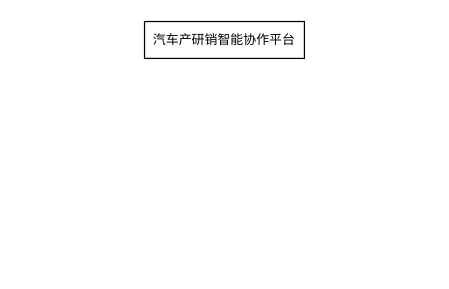
Before: 功能结构图.drawio in Chentx1243/draw.io, a draw.io diagram. Source tidied: cells renumbered, new cells numbered last; positions are measured from the earlier drawing's top-left corner, leaving out a move shared by most shapes. Both pictures are drawn from the tidied source at 123%, with x=0, y=0 at pixel (144, 21).
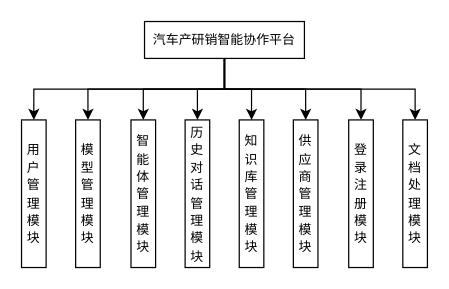
The same page after the edit.

Commit message (it also covers changes not shown here):
更新功能结构图.drawio

Diff of the diagram source:
```diff
@@
 <mxGraphModel>
   <root>
     <mxCell id="0" />
     <mxCell id="1" parent="0" />
+    <mxCell id="3" style="edgeStyle=orthogonalEdgeStyle;rounded=0;jettySize=auto;html=1;exitX=0.5;exitY=1;exitDx=0;exitDy=0;entryX=0.5;entryY=0;entryDx=0;entryDy=0;" parent="1" edge="1" source="2" target="11">
+      <mxGeometry relative="1" as="geometry" />
+    </mxCell>
+    <mxCell id="4" style="edgeStyle=orthogonalEdgeStyle;rounded=0;jettySize=auto;html=1;entryX=0.5;entryY=0;entryDx=0;entryDy=0;exitX=0.5;exitY=1;exitDx=0;exitDy=0;" parent="1" edge="1" source="2" target="12">
+      <mxGeometry relative="1" as="geometry" />
+    </mxCell>
+    <mxCell id="5" style="edgeStyle=orthogonalEdgeStyle;rounded=0;jettySize=auto;html=1;exitX=0.5;exitY=1;exitDx=0;exitDy=0;entryX=0.5;entryY=0;entryDx=0;entryDy=0;" parent="1" edge="1" source="2" target="13">
+      <mxGeometry relative="1" as="geometry" />
+    </mxCell>
+    <mxCell id="6" style="edgeStyle=orthogonalEdgeStyle;rounded=0;jettySize=auto;html=1;exitX=0.5;exitY=1;exitDx=0;exitDy=0;entryX=0.5;entryY=0;entryDx=0;entryDy=0;" parent="1" edge="1" source="2" target="14">
+      <mxGeometry relative="1" as="geometry" />
+    </mxCell>
+    <mxCell id="7" style="edgeStyle=orthogonalEdgeStyle;rounded=0;jettySize=auto;html=1;exitX=0.5;exitY=1;exitDx=0;exitDy=0;entryX=0.5;entryY=0;entryDx=0;entryDy=0;" parent="1" edge="1" source="2" target="15">
+      <mxGeometry relative="1" as="geometry" />
+    </mxCell>
+    <mxCell id="8" style="edgeStyle=orthogonalEdgeStyle;rounded=0;jettySize=auto;html=1;exitX=0.5;exitY=1;exitDx=0;exitDy=0;entryX=0.5;entryY=0;entryDx=0;entryDy=0;" parent="1" edge="1" source="2" target="17">
+      <mxGeometry relative="1" as="geometry" />
+    </mxCell>
+    <mxCell id="9" style="edgeStyle=orthogonalEdgeStyle;rounded=0;jettySize=auto;html=1;exitX=0.5;exitY=1;exitDx=0;exitDy=0;entryX=0.5;entryY=0;entryDx=0;entryDy=0;" parent="1" edge="1" source="2" target="16">
+      <mxGeometry relative="1" as="geometry" />
+    </mxCell>
+    <mxCell id="10" style="edgeStyle=orthogonalEdgeStyle;rounded=0;jettySize=auto;html=1;exitX=0.5;exitY=1;exitDx=0;exitDy=0;entryX=0.5;entryY=0;entryDx=0;entryDy=0;" parent="1" edge="1" source="2" target="18">
+      <mxGeometry relative="1" as="geometry" />
+    </mxCell>
     <mxCell id="2" value="&lt;div class=&quot;lake-content&quot;&gt;&lt;span class=&quot;ne-text&quot; style=&quot;&quot;&gt;&lt;font face=&quot;宋体&quot; style=&quot;font-size: 10.5px;&quot;&gt;汽车产研销智能协作平台&lt;/font&gt;&lt;/span&gt;&lt;/div&gt;" style="rounded=0;whiteSpace=wrap;html=1;" parent="1" vertex="1">
       <mxGeometry width="130" height="30" as="geometry" />
     </mxCell>
+    <mxCell id="11" value="&lt;div class=&quot;lake-content&quot;&gt;&lt;span class=&quot;ne-text&quot; style=&quot;&quot;&gt;&lt;font face=&quot;宋体&quot; style=&quot;font-size: 10.5px;&quot;&gt;用户管理模块&lt;/font&gt;&lt;/span&gt;&lt;/div&gt;" style="rounded=0;whiteSpace=wrap;html=1;" parent="1" vertex="1">
+      <mxGeometry x="-100" y="80" width="20" height="120" as="geometry" />
+    </mxCell>
+    <mxCell id="12" value="&lt;div class=&quot;lake-content&quot;&gt;&lt;span class=&quot;ne-text&quot; style=&quot;&quot;&gt;&lt;font face=&quot;宋体&quot; style=&quot;font-size: 10.5px;&quot;&gt;模型管理模块&lt;/font&gt;&lt;/span&gt;&lt;/div&gt;" style="rounded=0;whiteSpace=wrap;html=1;" parent="1" vertex="1">
+      <mxGeometry x="-56" y="80" width="20" height="120" as="geometry" />
+    </mxCell>
+    <mxCell id="13" value="&lt;div class=&quot;lake-content&quot;&gt;&lt;span class=&quot;ne-text&quot; style=&quot;&quot;&gt;&lt;font face=&quot;宋体&quot; style=&quot;font-size: 10.5px;&quot;&gt;智能体管理模块&lt;/font&gt;&lt;/span&gt;&lt;/div&gt;" style="rounded=0;whiteSpace=wrap;html=1;" parent="1" vertex="1">
+      <mxGeometry x="-11" y="80" width="20" height="120" as="geometry" />
+    </mxCell>
+    <mxCell id="14" value="&lt;div class=&quot;lake-content&quot;&gt;&lt;span class=&quot;ne-text&quot; style=&quot;&quot;&gt;&lt;font face=&quot;宋体&quot; style=&quot;font-size: 10.5px;&quot;&gt;历史对话管理模块&lt;/font&gt;&lt;/span&gt;&lt;/div&gt;" style="rounded=0;whiteSpace=wrap;html=1;" parent="1" vertex="1">
+      <mxGeometry x="33" y="80" width="20" height="120" as="geometry" />
+    </mxCell>
+    <mxCell id="15" value="&lt;div class=&quot;lake-content&quot;&gt;&lt;span class=&quot;ne-text&quot; style=&quot;&quot;&gt;&lt;font face=&quot;宋体&quot; style=&quot;font-size: 10.5px;&quot;&gt;知识库管理模块&lt;/font&gt;&lt;/span&gt;&lt;/div&gt;" style="rounded=0;whiteSpace=wrap;html=1;" parent="1" vertex="1">
+      <mxGeometry x="77" y="80" width="20" height="120" as="geometry" />
+    </mxCell>
+    <mxCell id="16" value="&lt;div class=&quot;lake-content&quot;&gt;&lt;span class=&quot;ne-text&quot; style=&quot;&quot;&gt;&lt;font face=&quot;宋体&quot; style=&quot;font-size: 10.5px;&quot;&gt;登录注册模块&lt;/font&gt;&lt;/span&gt;&lt;/div&gt;" style="rounded=0;whiteSpace=wrap;html=1;" parent="1" vertex="1">
+      <mxGeometry x="166" y="80" width="20" height="120" as="geometry" />
+    </mxCell>
+    <mxCell id="17" value="&lt;div class=&quot;lake-content&quot;&gt;&lt;span class=&quot;ne-text&quot; style=&quot;&quot;&gt;&lt;font face=&quot;宋体&quot; style=&quot;font-size: 10.5px;&quot;&gt;供应商管理模块&lt;/font&gt;&lt;/span&gt;&lt;/div&gt;" style="rounded=0;whiteSpace=wrap;html=1;" parent="1" vertex="1">
+      <mxGeometry x="121" y="80" width="20" height="120" as="geometry" />
+    </mxCell>
+    <mxCell id="18" value="&lt;div class=&quot;lake-content&quot;&gt;&lt;font face=&quot;宋体&quot;&gt;&lt;span style=&quot;font-size: 10.5px;&quot;&gt;文档处理模块&lt;/span&gt;&lt;/font&gt;&lt;/div&gt;" style="rounded=0;whiteSpace=wrap;html=1;" parent="1" vertex="1">
+      <mxGeometry x="210" y="80" width="20" height="120" as="geometry" />
+    </mxCell>
   </root>
 </mxGraphModel>
```
